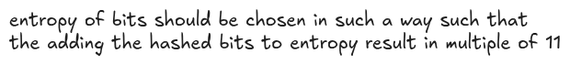
Before: public/memonics.png, a diagram exported from Excalidraw (pacificDeveloperPrakhar/Blockchain). Source tidied: one line per element, renumbered; positions are measured from the earlier drawing's top-left corner, leaving out a move shared by most shapes. The source it was exported from:
```json
{"id": 0, "type": "text", "text": "entropy of bits should be chosen in such a way such that\nthe adding the hashed bits to entropy result in multiple of 11", "strokeColor": "#1e1e1e", "strokeWidth": 2, "roughness": 1, "fontSize": 20, "fontFamily": 5, "x": 0, "y": 0, "width": 600, "height": 50}
```
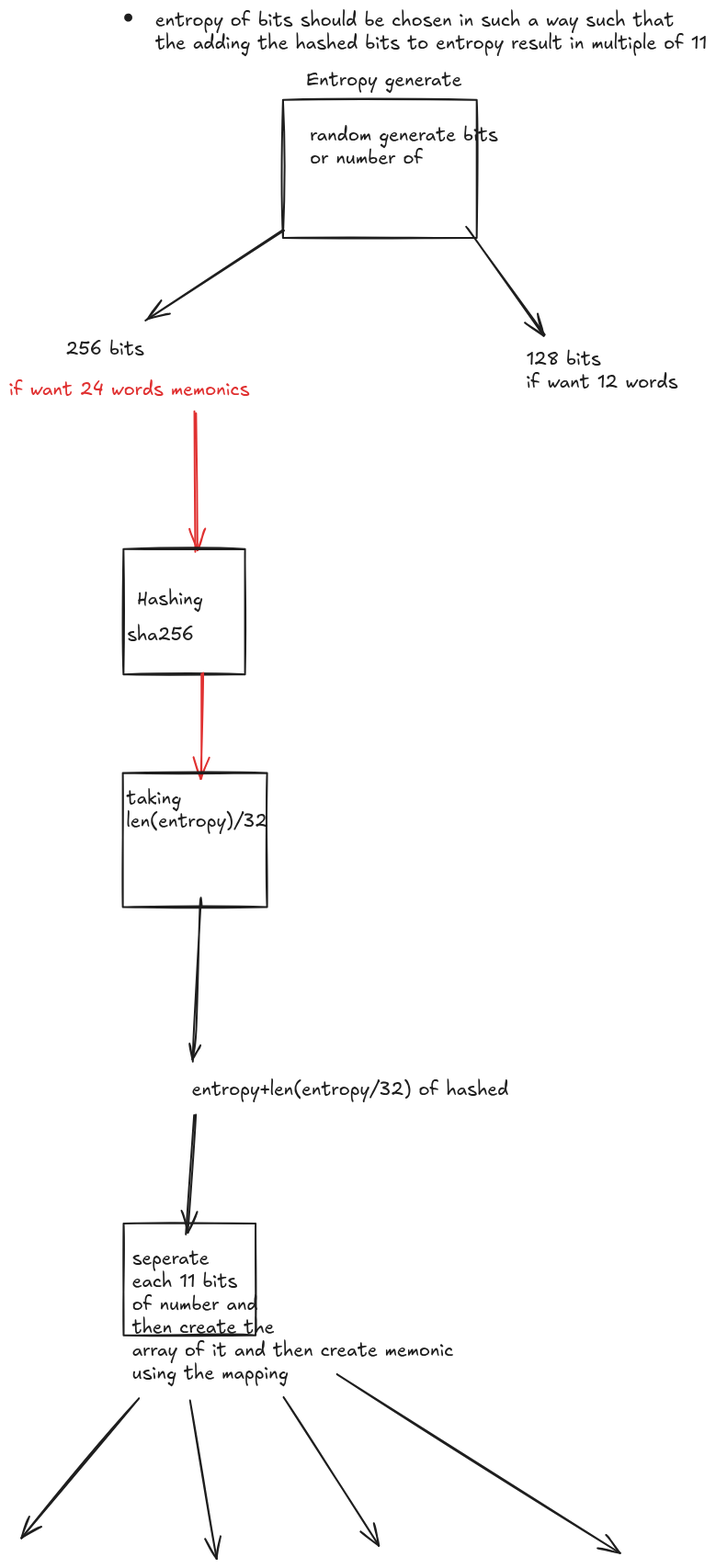
Above is the later version.

Commit message:
added the diagram of how memonics word are created in the hot wallets

Change to the diagram source:
```diff
@@ -1,1 +1,26 @@
+{"id": 1, "type": "rectangle", "strokeColor": "#1e1e1e", "strokeWidth": 2, "roughness": 1, "x": 139, "y": 99, "width": 211, "height": 150}
+{"id": 2, "type": "text", "text": "random generate bits\nor number of \n", "strokeColor": "#1e1e1e", "strokeWidth": 2, "roughness": 1, "fontSize": 20, "fontFamily": 5, "x": 168, "y": 125, "width": 205, "height": 75}
+{"id": 3, "type": "arrow", "strokeColor": "#1e1e1e", "strokeWidth": 2, "roughness": 1, "endArrowhead": "arrow", "round": true, "x": 140, "y": 240, "width": 150, "height": 98, "points": [[0, 0], [-150, 98]]}
+{"id": 4, "type": "text", "text": "256 bits", "strokeColor": "#1e1e1e", "strokeWidth": 2, "roughness": 1, "fontSize": 20, "fontFamily": 5, "x": -97, "y": 358, "width": 85, "height": 25}
+{"id": 5, "type": "arrow", "strokeColor": "#1e1e1e", "strokeWidth": 2, "roughness": 1, "endArrowhead": "arrow", "round": true, "x": 339, "y": 238, "width": 85, "height": 117, "points": [[0, 0], [85, 117]]}
+{"id": 6, "type": "text", "text": "128 bits\nif want 12 words", "strokeColor": "#1e1e1e", "strokeWidth": 2, "roughness": 1, "fontSize": 20, "fontFamily": 5, "x": 404, "y": 369, "width": 165, "height": 50}
+{"id": 7, "type": "text", "text": "if want 24 words memonics", "strokeColor": "#e03131", "strokeWidth": 2, "roughness": 1, "fontSize": 20, "fontFamily": 5, "x": -159, "y": 402, "width": 262, "height": 25}
+{"id": 8, "type": "arrow", "strokeColor": "#e03131", "strokeWidth": 2, "roughness": 1, "endArrowhead": "arrow", "round": true, "from": 7, "x": 43, "y": 439, "width": 1, "height": 151, "points": [[0, 0], [1, 151]]}
+{"id": 9, "type": "rectangle", "strokeColor": "#1e1e1e", "strokeWidth": 2, "roughness": 1, "x": -35, "y": 588, "width": 132, "height": 136}
+{"id": 10, "type": "arrow", "strokeColor": "#e03131", "strokeWidth": 2, "roughness": 1, "endArrowhead": "arrow", "round": true, "x": 51, "y": 723, "width": 1, "height": 114, "points": [[0, 0], [-1, 114]]}
+{"id": 11, "type": "text", "text": "Hashing", "strokeColor": "#1e1e1e", "strokeWidth": 2, "roughness": 1, "fontSize": 20, "fontFamily": 5, "x": -20, "y": 630, "width": 72, "height": 25}
+{"id": 12, "type": "text", "text": "Entropy generate", "strokeColor": "#1e1e1e", "strokeWidth": 2, "roughness": 1, "fontSize": 20, "fontFamily": 5, "x": 164, "y": 65, "width": 169, "height": 25}
+{"id": 13, "type": "text", "text": "sha256", "strokeColor": "#1e1e1e", "strokeWidth": 2, "roughness": 1, "fontSize": 20, "fontFamily": 5, "x": -31, "y": 670, "width": 73, "height": 25}
+{"id": 14, "type": "rectangle", "strokeColor": "#1e1e1e", "strokeWidth": 2, "roughness": 1, "x": -35, "y": 832, "width": 157, "height": 146}
+{"id": 15, "type": "text", "text": "taking \nlen(entropy)/32", "strokeColor": "#1e1e1e", "strokeWidth": 2, "roughness": 1, "fontSize": 20, "fontFamily": 5, "x": -31, "y": 847, "width": 154, "height": 50}
+{"id": 16, "type": "arrow", "strokeColor": "#1e1e1e", "strokeWidth": 2, "roughness": 1, "endArrowhead": "arrow", "round": true, "x": 49, "y": 977, "width": 7, "height": 168, "points": [[0, 0], [0, 0], [-6, 133], [-7, 168]]}
+{"id": 17, "type": "text", "text": "entropy+len(entropy/32) of hashed", "strokeColor": "#1e1e1e", "strokeWidth": 2, "roughness": 1, "fontSize": 20, "fontFamily": 5, "x": 40, "y": 1164, "width": 345, "height": 25}
+{"id": 18, "type": "arrow", "strokeColor": "#1e1e1e", "strokeWidth": 2, "roughness": 1, "endArrowhead": "arrow", "round": true, "from": 17, "x": 43, "y": 1203, "width": 8, "height": 130, "points": [[0, 0], [-8, 130]]}
+{"id": 19, "type": "rectangle", "strokeColor": "#1e1e1e", "strokeWidth": 2, "roughness": 1, "x": -34, "y": 1322, "width": 144, "height": 122}
+{"id": 20, "type": "text", "text": "seperate \neach 11 bits \nof number and\nthen create the\narray of it and then create memonic\nusing the mapping", "strokeColor": "#1e1e1e", "strokeWidth": 2, "roughness": 1, "fontSize": 20, "fontFamily": 5, "x": -25, "y": 1348, "width": 350, "height": 150}
+{"id": 21, "type": "arrow", "strokeColor": "#1e1e1e", "strokeWidth": 2, "roughness": 1, "endArrowhead": "arrow", "from": 20, "x": -18, "y": 1512, "width": 128, "height": 152, "points": [[0, 0], [-128, 152]]}
+{"id": 22, "type": "arrow", "strokeColor": "#1e1e1e", "strokeWidth": 2, "roughness": 1, "endArrowhead": "arrow", "from": 20, "x": 38, "y": 1515, "width": 29, "height": 172, "points": [[0, 0], [29, 172]]}
+{"id": 23, "type": "arrow", "strokeColor": "#1e1e1e", "strokeWidth": 2, "roughness": 1, "endArrowhead": "arrow", "from": 20, "x": 140, "y": 1511, "width": 104, "height": 162, "points": [[0, 0], [104, 162]]}
+{"id": 24, "type": "arrow", "strokeColor": "#1e1e1e", "strokeWidth": 2, "roughness": 1, "endArrowhead": "arrow", "x": 198, "y": 1486, "width": 308, "height": 195, "points": [[0, 0], [308, 195]]}
+{"id": 25, "type": "freedraw", "strokeColor": "#1e1e1e", "strokeWidth": 2, "roughness": 1, "x": -29, "y": 9, "width": 0, "height": 0, "points": [[0, 0], [0, 0]]}
 {"id": 0, "type": "text", "text": "entropy of bits should be chosen in such a way such that\nthe adding the hashed bits to entropy result in multiple of 11", "strokeColor": "#1e1e1e", "strokeWidth": 2, "roughness": 1, "fontSize": 20, "fontFamily": 5, "x": 0, "y": 0, "width": 600, "height": 50}
```
